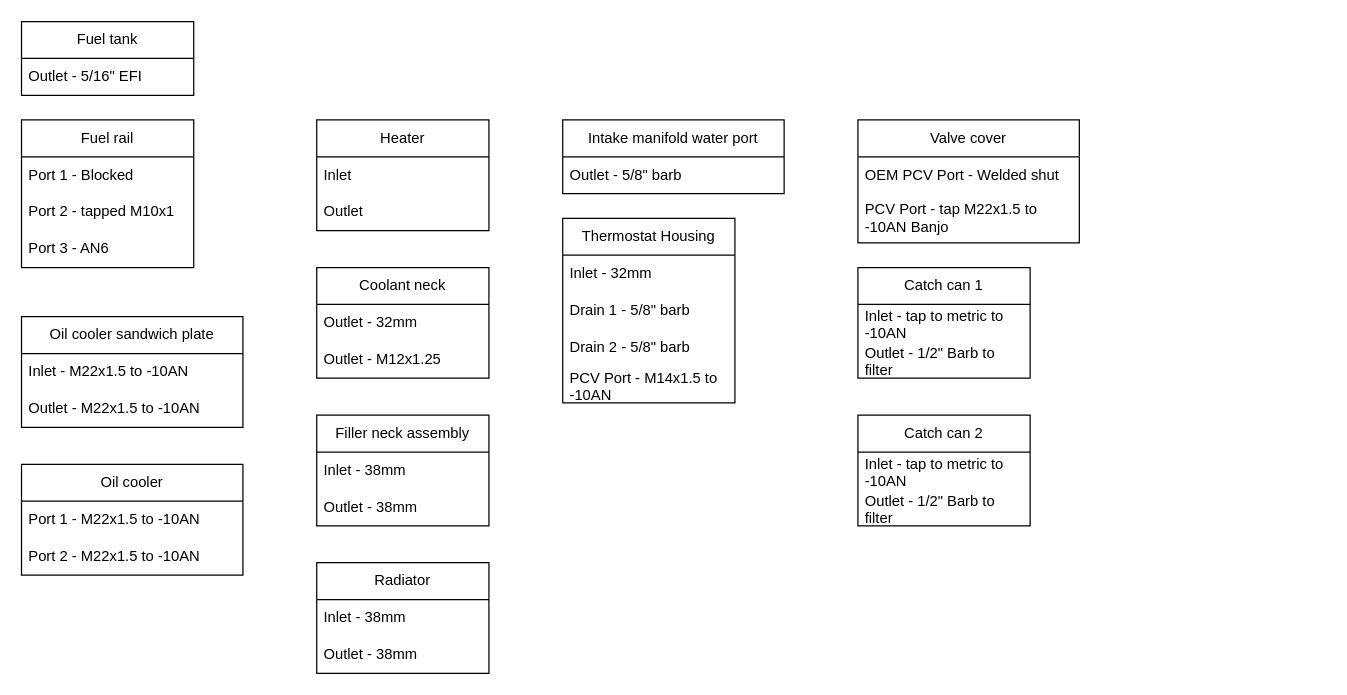
brzzw5k/k86_wiring keeps this draw.io diagram as k86_fluid_and_vapour_lines.drawio. Above is the earlier version. Source tidied: cells renumbered, new cells numbered last; positions are measured from the earlier drawing's top-left corner, leaving out a move shared by most shapes. Both pictures are drawn from the tidied source at 123%, with x=0, y=0 at pixel (21, 21).
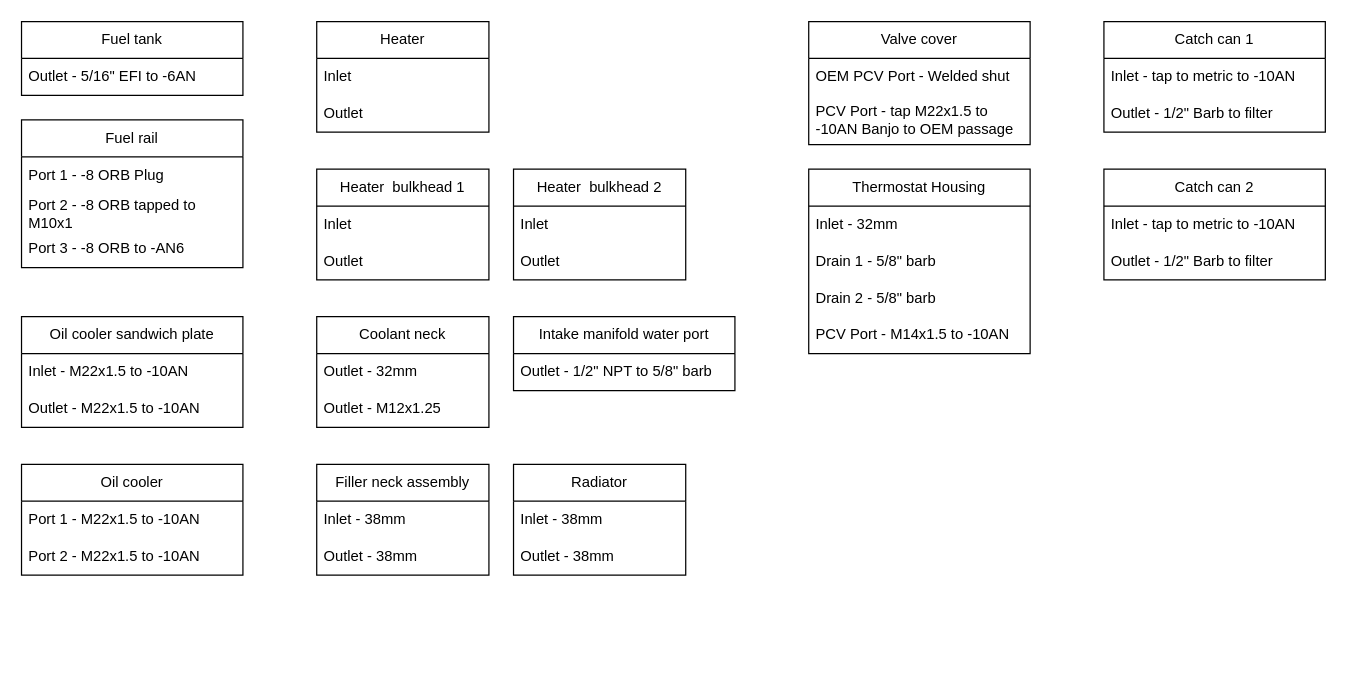
Above is the later version.

Change to the diagram source:
```diff
@@
     <mxCell id="2" value="Radiator" style="swimlane;fontStyle=0;horizontal=1;startSize=30;whiteSpace=wrap;html=1;" parent="1" vertex="1">
-      <mxGeometry x="240" y="440" width="140" height="90" as="geometry" />
+      <mxGeometry x="400" y="360" width="140" height="90" as="geometry" />
     </mxCell>
@@
     <mxCell id="5" value="Coolant neck" style="swimlane;fontStyle=0;horizontal=1;startSize=30;whiteSpace=wrap;html=1;" parent="1" vertex="1">
-      <mxGeometry x="240" y="200" width="140" height="90" as="geometry" />
+      <mxGeometry x="240" y="240" width="140" height="90" as="geometry" />
     </mxCell>
@@
     <mxCell id="8" value="Catch can 1" style="swimlane;fontStyle=0;horizontal=1;startSize=30;whiteSpace=wrap;html=1;" parent="1" vertex="1">
-      <mxGeometry x="680" y="200" width="140" height="90" as="geometry" />
+      <mxGeometry x="880" width="180" height="90" as="geometry" />
     </mxCell>
     <mxCell id="9" value="Inlet - tap to metric to -10AN" style="text;strokeColor=none;fillColor=none;align=left;verticalAlign=middle;spacingLeft=4;spacingRight=4;overflow=hidden;whiteSpace=wrap;html=1;" parent="8" vertex="1">
-      <mxGeometry y="30" width="140" height="30" as="geometry" />
+      <mxGeometry y="30" width="180" height="30" as="geometry" />
     </mxCell>
     <mxCell id="10" value="Outlet - 1/2&quot; Barb to filter" style="text;strokeColor=none;fillColor=none;align=left;verticalAlign=middle;spacingLeft=4;spacingRight=4;overflow=hidden;whiteSpace=wrap;html=1;" parent="8" vertex="1">
-      <mxGeometry y="60" width="140" height="30" as="geometry" />
+      <mxGeometry y="60" width="180" height="30" as="geometry" />
     </mxCell>
     <mxCell id="11" value="Catch can 2" style="swimlane;fontStyle=0;horizontal=1;startSize=30;whiteSpace=wrap;html=1;" parent="1" vertex="1">
-      <mxGeometry x="680" y="320" width="140" height="90" as="geometry" />
+      <mxGeometry x="880" y="120" width="180" height="90" as="geometry" />
     </mxCell>
     <mxCell id="12" value="Inlet - tap to metric to -10AN" style="text;strokeColor=none;fillColor=none;align=left;verticalAlign=middle;spacingLeft=4;spacingRight=4;overflow=hidden;whiteSpace=wrap;html=1;" parent="11" vertex="1">
-      <mxGeometry y="30" width="140" height="30" as="geometry" />
+      <mxGeometry y="30" width="180" height="30" as="geometry" />
     </mxCell>
     <mxCell id="13" value="Outlet - 1/2&quot; Barb to filter" style="text;strokeColor=none;fillColor=none;align=left;verticalAlign=middle;spacingLeft=4;spacingRight=4;overflow=hidden;whiteSpace=wrap;html=1;" parent="11" vertex="1">
-      <mxGeometry y="60" width="140" height="30" as="geometry" />
+      <mxGeometry y="60" width="180" height="30" as="geometry" />
     </mxCell>
     <mxCell id="14" value="Fuel tank" style="swimlane;fontStyle=0;horizontal=1;startSize=30;whiteSpace=wrap;html=1;" parent="1" vertex="1">
-      <mxGeometry width="140" height="60" as="geometry" />
+      <mxGeometry width="180" height="60" as="geometry" />
     </mxCell>
-    <mxCell id="15" value="Outlet - 5/16&quot; EFI" style="text;strokeColor=none;fillColor=none;align=left;verticalAlign=middle;spacingLeft=4;spacingRight=4;overflow=hidden;whiteSpace=wrap;html=1;" parent="14" vertex="1">
-      <mxGeometry y="30" width="140" height="30" as="geometry" />
+    <mxCell id="15" value="Outlet - 5/16&quot; EFI to -6AN" style="text;strokeColor=none;fillColor=none;align=left;verticalAlign=middle;spacingLeft=4;spacingRight=4;overflow=hidden;whiteSpace=wrap;html=1;" parent="14" vertex="1">
+      <mxGeometry y="30" width="180" height="30" as="geometry" />
     </mxCell>
     <mxCell id="16" value="Fuel rail" style="swimlane;fontStyle=0;horizontal=1;startSize=30;whiteSpace=wrap;html=1;" parent="1" vertex="1">
-      <mxGeometry y="80" width="140" height="120" as="geometry" />
+      <mxGeometry y="80" width="180" height="120" as="geometry" />
     </mxCell>
-    <mxCell id="17" value="Port 1 - Blocked" style="text;strokeColor=none;fillColor=none;align=left;verticalAlign=middle;spacingLeft=4;spacingRight=4;overflow=hidden;whiteSpace=wrap;html=1;" parent="16" vertex="1">
-      <mxGeometry y="30" width="140" height="30" as="geometry" />
+    <mxCell id="17" value="Port 1 - -8 ORB Plug" style="text;strokeColor=none;fillColor=none;align=left;verticalAlign=middle;spacingLeft=4;spacingRight=4;overflow=hidden;whiteSpace=wrap;html=1;" parent="16" vertex="1">
+      <mxGeometry y="30" width="180" height="30" as="geometry" />
     </mxCell>
-    <mxCell id="18" value="Port 2 - tapped M10x1" style="text;strokeColor=none;fillColor=none;align=left;verticalAlign=middle;spacingLeft=4;spacingRight=4;overflow=hidden;whiteSpace=wrap;html=1;" parent="16" vertex="1">
-      <mxGeometry y="60" width="140" height="30" as="geometry" />
+    <mxCell id="18" value="Port 2 - -8 ORB tapped to M10x1" style="text;strokeColor=none;fillColor=none;align=left;verticalAlign=middle;spacingLeft=4;spacingRight=4;overflow=hidden;whiteSpace=wrap;html=1;" parent="16" vertex="1">
+      <mxGeometry y="60" width="180" height="30" as="geometry" />
     </mxCell>
-    <mxCell id="19" value="Port 3 - AN6" style="text;strokeColor=none;fillColor=none;align=left;verticalAlign=middle;spacingLeft=4;spacingRight=4;overflow=hidden;whiteSpace=wrap;html=1;" parent="16" vertex="1">
-      <mxGeometry y="90" width="140" height="30" as="geometry" />
+    <mxCell id="19" value="Port 3 - -8 ORB to -AN6" style="text;strokeColor=none;fillColor=none;align=left;verticalAlign=middle;spacingLeft=4;spacingRight=4;overflow=hidden;whiteSpace=wrap;html=1;" parent="16" vertex="1">
+      <mxGeometry y="90" width="180" height="30" as="geometry" />
     </mxCell>
     <mxCell id="20" value="Thermostat Housing" style="swimlane;fontStyle=0;horizontal=1;startSize=30;whiteSpace=wrap;html=1;" parent="1" vertex="1">
-      <mxGeometry x="440" y="160" width="140" height="150" as="geometry" />
+      <mxGeometry x="640" y="120" width="180" height="150" as="geometry" />
     </mxCell>
     <mxCell id="21" value="Inlet - 32mm" style="text;strokeColor=none;fillColor=none;align=left;verticalAlign=middle;spacingLeft=4;spacingRight=4;overflow=hidden;whiteSpace=wrap;html=1;" parent="20" vertex="1">
-      <mxGeometry y="30" width="140" height="30" as="geometry" />
+      <mxGeometry y="30" width="180" height="30" as="geometry" />
     </mxCell>
     <mxCell id="22" value="Drain 1 - 5/8&quot; barb" style="text;strokeColor=none;fillColor=none;align=left;verticalAlign=middle;spacingLeft=4;spacingRight=4;overflow=hidden;whiteSpace=wrap;html=1;" parent="20" vertex="1">
-      <mxGeometry y="60" width="140" height="30" as="geometry" />
+      <mxGeometry y="60" width="180" height="30" as="geometry" />
     </mxCell>
     <mxCell id="23" value="Drain 2 - 5/8&quot; barb" style="text;strokeColor=none;fillColor=none;align=left;verticalAlign=middle;spacingLeft=4;spacingRight=4;overflow=hidden;whiteSpace=wrap;html=1;" parent="20" vertex="1">
-      <mxGeometry y="90" width="140" height="30" as="geometry" />
+      <mxGeometry y="90" width="180" height="30" as="geometry" />
     </mxCell>
     <mxCell id="24" value="PCV Port - M14x1.5 to -10AN" style="text;strokeColor=none;fillColor=none;align=left;verticalAlign=middle;spacingLeft=4;spacingRight=4;overflow=hidden;whiteSpace=wrap;html=1;" parent="20" vertex="1">
-      <mxGeometry y="120" width="140" height="30" as="geometry" />
+      <mxGeometry y="120" width="180" height="30" as="geometry" />
     </mxCell>
     <mxCell id="25" value="Valve cover" style="swimlane;fontStyle=0;horizontal=1;startSize=30;whiteSpace=wrap;html=1;" parent="1" vertex="1">
-      <mxGeometry x="680" y="80" width="180" height="100" as="geometry" />
+      <mxGeometry x="640" width="180" height="100" as="geometry" />
     </mxCell>
@@
-    <mxCell id="27" value="PCV Port - tap M22x1.5 to -10AN Banjo" style="text;strokeColor=none;fillColor=none;align=left;verticalAlign=middle;spacingLeft=4;spacingRight=4;overflow=hidden;whiteSpace=wrap;html=1;" parent="25" vertex="1">
+    <mxCell id="27" value="PCV Port - tap M22x1.5 to -10AN Banjo to OEM passage" style="text;strokeColor=none;fillColor=none;align=left;verticalAlign=middle;spacingLeft=4;spacingRight=4;overflow=hidden;whiteSpace=wrap;html=1;" parent="25" vertex="1">
       <mxGeometry y="60" width="180" height="40" as="geometry" />
     </mxCell>
@@
     <mxCell id="34" value="Heater" style="swimlane;fontStyle=0;horizontal=1;startSize=30;whiteSpace=wrap;html=1;" parent="1" vertex="1">
-      <mxGeometry x="240" y="80" width="140" height="90" as="geometry" />
+      <mxGeometry x="240" width="140" height="90" as="geometry" />
     </mxCell>
@@
     <mxCell id="37" value="Intake manifold water port" style="swimlane;fontStyle=0;horizontal=1;startSize=30;whiteSpace=wrap;html=1;" parent="1" vertex="1">
-      <mxGeometry x="440" y="80" width="180" height="60" as="geometry" />
+      <mxGeometry x="400" y="240" width="180" height="60" as="geometry" />
     </mxCell>
-    <mxCell id="38" value="Outlet - 5/8&quot; barb" style="text;strokeColor=none;fillColor=none;align=left;verticalAlign=middle;spacingLeft=4;spacingRight=4;overflow=hidden;whiteSpace=wrap;html=1;" parent="37" vertex="1">
+    <mxCell id="38" value="Outlet - 1/2&quot; NPT to 5/8&quot; barb" style="text;strokeColor=none;fillColor=none;align=left;verticalAlign=middle;spacingLeft=4;spacingRight=4;overflow=hidden;whiteSpace=wrap;html=1;" parent="37" vertex="1">
       <mxGeometry y="30" width="180" height="30" as="geometry" />
     </mxCell>
     <mxCell id="39" value="Filler neck assembly" style="swimlane;fontStyle=0;horizontal=1;startSize=30;whiteSpace=wrap;html=1;" parent="1" vertex="1">
-      <mxGeometry x="240" y="320" width="140" height="90" as="geometry" />
+      <mxGeometry x="240" y="360" width="140" height="90" as="geometry" />
     </mxCell>
@@
+    <mxCell id="42" value="Heater &amp;nbsp;bulkhead 1" style="swimlane;fontStyle=0;horizontal=1;startSize=30;whiteSpace=wrap;html=1;" parent="1" vertex="1">
+      <mxGeometry x="240" y="120" width="140" height="90" as="geometry" />
+    </mxCell>
+    <mxCell id="43" value="Inlet" style="text;strokeColor=none;fillColor=none;align=left;verticalAlign=middle;spacingLeft=4;spacingRight=4;overflow=hidden;whiteSpace=wrap;html=1;" parent="42" vertex="1">
+      <mxGeometry y="30" width="140" height="30" as="geometry" />
+    </mxCell>
+    <mxCell id="44" value="Outlet" style="text;strokeColor=none;fillColor=none;align=left;verticalAlign=middle;spacingLeft=4;spacingRight=4;overflow=hidden;whiteSpace=wrap;html=1;" parent="42" vertex="1">
+      <mxGeometry y="60" width="140" height="30" as="geometry" />
+    </mxCell>
+    <mxCell id="45" value="Heater &amp;nbsp;bulkhead 2" style="swimlane;fontStyle=0;horizontal=1;startSize=30;whiteSpace=wrap;html=1;" parent="1" vertex="1">
+      <mxGeometry x="400" y="120" width="140" height="90" as="geometry" />
+    </mxCell>
+    <mxCell id="46" value="Inlet" style="text;strokeColor=none;fillColor=none;align=left;verticalAlign=middle;spacingLeft=4;spacingRight=4;overflow=hidden;whiteSpace=wrap;html=1;" parent="45" vertex="1">
+      <mxGeometry y="30" width="140" height="30" as="geometry" />
+    </mxCell>
+    <mxCell id="47" value="Outlet" style="text;strokeColor=none;fillColor=none;align=left;verticalAlign=middle;spacingLeft=4;spacingRight=4;overflow=hidden;whiteSpace=wrap;html=1;" parent="45" vertex="1">
+      <mxGeometry y="60" width="140" height="30" as="geometry" />
+    </mxCell>
```
